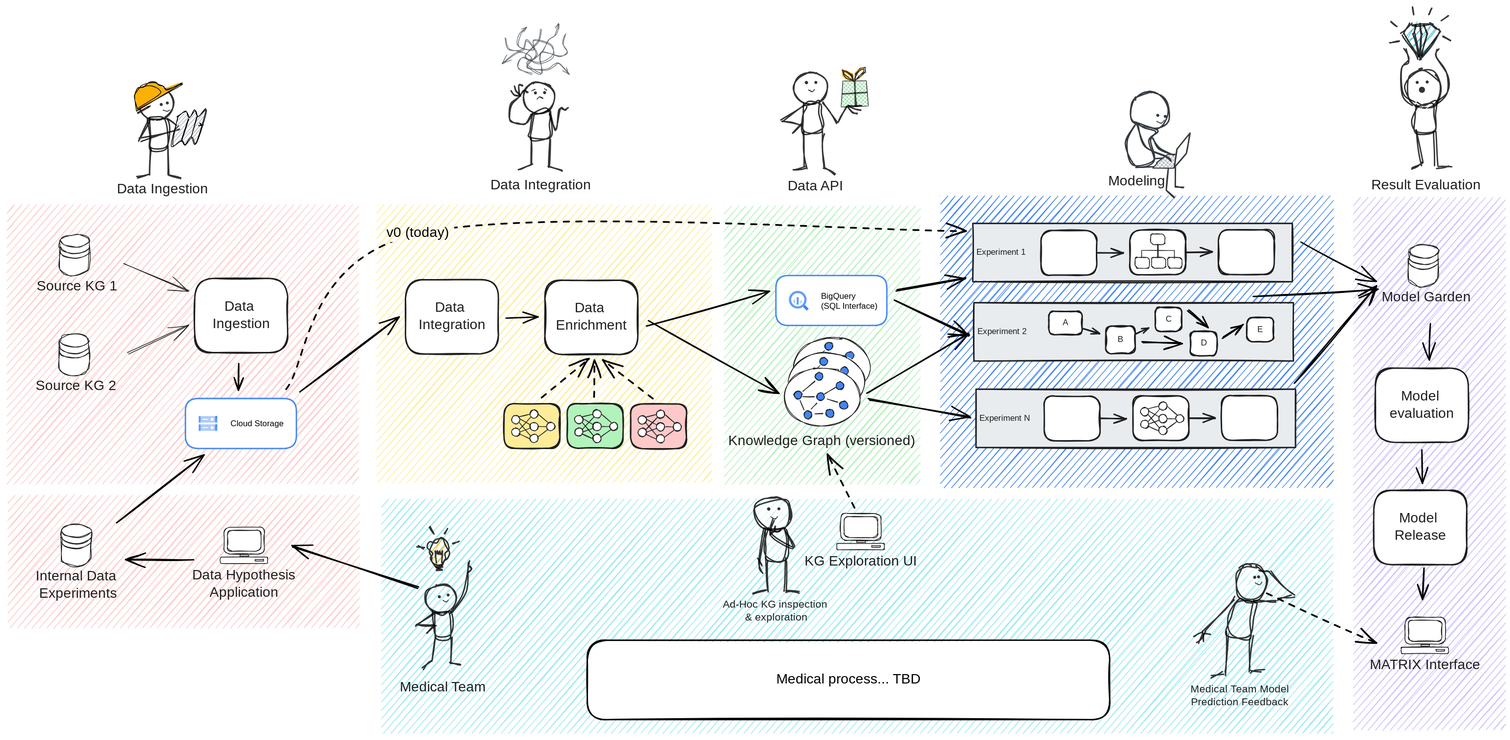
Above: docs/src/assets/img/e2e_flow_simple.excalidraw.svg in everycure-org/matrix (Excalidraw), before the change. Source tidied: one line per element, renumbered; positions are measured from the earlier drawing's top-left corner, leaving out a move shared by most shapes.
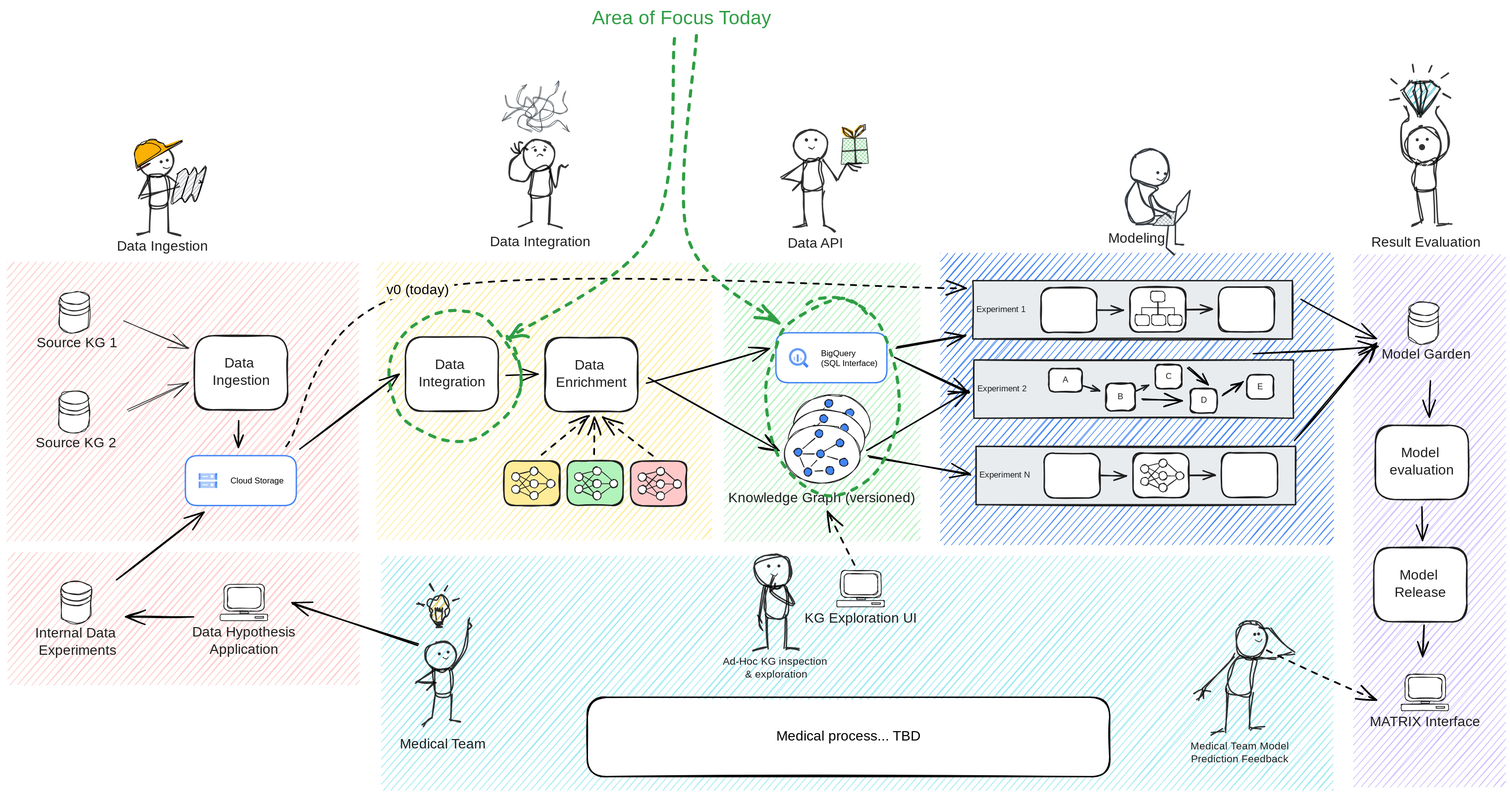
Later version of the same file.

The edit, as a diff of the source:
```diff
@@ -395,3 +395,8 @@
 {"id": 394, "type": "line", "strokeColor": "#343a40", "backgroundColor": "#ffffff", "fillStyle": "solid", "strokeWidth": 2, "roughness": 1, "x": 1683, "y": 231, "width": 23, "height": 50, "points": [[0, 0], [4, -27], [23, -50], [18, -20], [0, 0]]}
 {"id": 395, "type": "line", "strokeColor": "#343a40", "backgroundColor": "#ffffff", "fillStyle": "solid", "strokeWidth": 2, "roughness": 1, "round": true, "x": 1651, "y": 188, "width": 30, "height": 25, "points": [[0, 0], [11, 15], [30, 25]]}
 {"id": 396, "type": "line", "strokeColor": "#343a40", "backgroundColor": "#ffffff", "fillStyle": "solid", "strokeWidth": 2, "roughness": 1, "round": true, "x": 1631, "y": 171, "width": 47, "height": 50, "points": [[0, 0], [11, 31], [40, 46], [47, 50]]}
+{"id": 397, "type": "ellipse", "strokeColor": "#2f9e44", "strokeWidth": 4, "strokeStyle": "dashed", "roughness": 2, "round": true, "x": 549, "y": 356, "width": 192, "height": 186}
+{"id": 398, "type": "ellipse", "strokeColor": "#2f9e44", "strokeWidth": 4, "strokeStyle": "dashed", "roughness": 2, "round": true, "x": 1094, "y": 337, "width": 192, "height": 285}
+{"id": 399, "type": "text", "text": "Area of Focus Today", "strokeColor": "#2f9e44", "strokeWidth": 4, "strokeStyle": "dashed", "roughness": 2, "fontSize": 28, "fontFamily": 1, "x": 844, "y": -83, "width": 298, "height": 35}
+{"id": 400, "type": "arrow", "strokeColor": "#2f9e44", "strokeWidth": 4, "strokeStyle": "dashed", "roughness": 2, "endArrowhead": "arrow", "round": true, "from": 399, "to": 397, "x": 965, "y": -38, "width": 242, "height": 431, "points": [[0, 0], [-36, 281], [-242, 431]]}
+{"id": 401, "type": "arrow", "strokeColor": "#2f9e44", "strokeWidth": 4, "strokeStyle": "dashed", "roughness": 2, "endArrowhead": "arrow", "round": true, "from": 399, "to": 398, "x": 993, "y": -40, "width": 128, "height": 412, "points": [[0, 0], [-12, 291], [117, 412]]}
```
